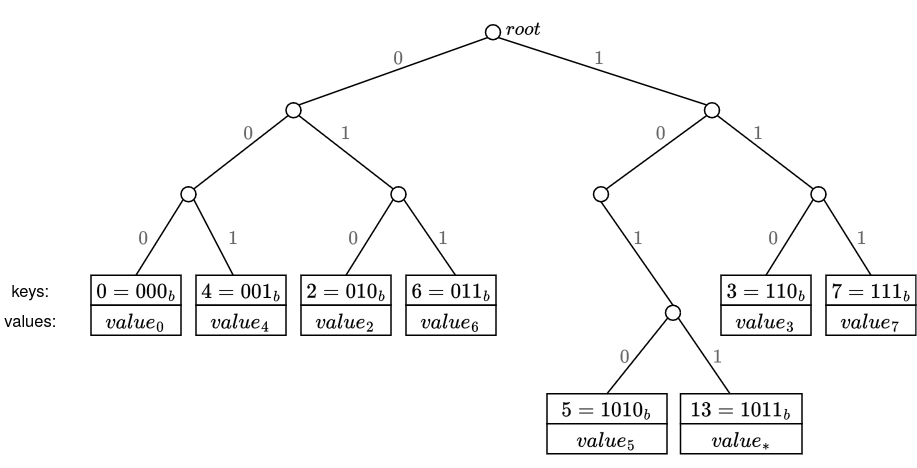
This is book/src/img/merkletree-example-1-b.png from 0xPARC/pod2-docs, a draw.io export, as it was before one commit. Source tidied: cells renumbered, new cells last; positions are measured from the earlier drawing's top-left corner, leaving out a move shared by most shapes.
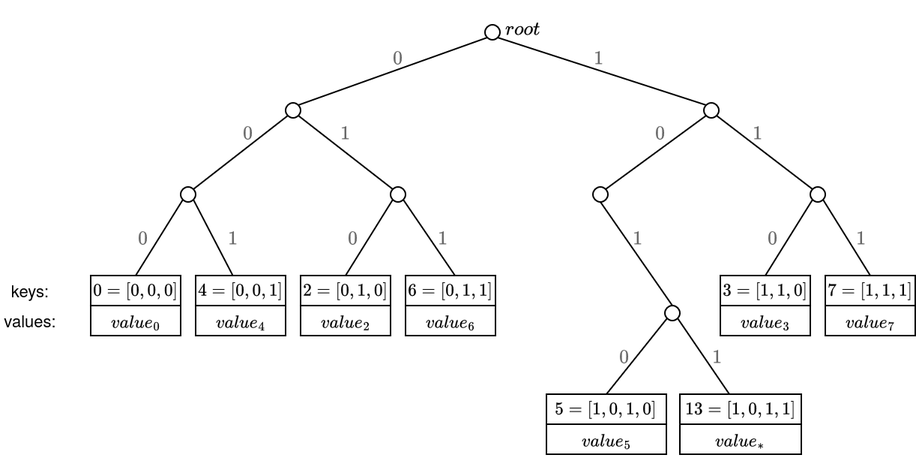
After the commit.

Commit message:
update merkletree diagrams with corrected LE

Change to the diagram source:
```diff
@@ -2,40 +2,40 @@
   <root>
     <mxCell id="0" />
     <mxCell id="1" parent="0" />
-    <mxCell id="2" value="$$0 = 000_b$$" style="rounded=0;whiteSpace=wrap;html=1;" parent="1" vertex="1">
+    <mxCell id="2" value="$$0 = [0, 0,0]$$" style="rounded=0;whiteSpace=wrap;html=1;fontSize=10;" parent="1" vertex="1">
       <mxGeometry x="60" y="174" width="60" height="20" as="geometry" />
     </mxCell>
-    <mxCell id="3" value="$$value_0$$" style="rounded=0;whiteSpace=wrap;html=1;" parent="1" vertex="1">
+    <mxCell id="3" value="$$value_0$$" style="rounded=0;whiteSpace=wrap;html=1;fontSize=10;" parent="1" vertex="1">
       <mxGeometry x="60" y="194" width="60" height="20" as="geometry" />
     </mxCell>
-    <mxCell id="4" value="$$4 = 001_b$$" style="rounded=0;whiteSpace=wrap;html=1;" parent="1" vertex="1">
+    <mxCell id="4" value="$$4 = [0,0,1]$$" style="rounded=0;whiteSpace=wrap;html=1;fontSize=10;" parent="1" vertex="1">
       <mxGeometry x="130" y="174" width="60" height="20" as="geometry" />
     </mxCell>
-    <mxCell id="5" value="$$value_4$$" style="rounded=0;whiteSpace=wrap;html=1;" parent="1" vertex="1">
+    <mxCell id="5" value="$$value_4$$" style="rounded=0;whiteSpace=wrap;html=1;fontSize=10;" parent="1" vertex="1">
       <mxGeometry x="130" y="194" width="60" height="20" as="geometry" />
     </mxCell>
-    <mxCell id="6" value="$$2 = 010_b$$" style="rounded=0;whiteSpace=wrap;html=1;" parent="1" vertex="1">
+    <mxCell id="6" value="$$2 = [0,1,0]$$" style="rounded=0;whiteSpace=wrap;html=1;fontSize=10;" parent="1" vertex="1">
       <mxGeometry x="200" y="174" width="60" height="20" as="geometry" />
     </mxCell>
-    <mxCell id="7" value="$$value_2$$" style="rounded=0;whiteSpace=wrap;html=1;" parent="1" vertex="1">
+    <mxCell id="7" value="$$value_2$$" style="rounded=0;whiteSpace=wrap;html=1;fontSize=10;" parent="1" vertex="1">
       <mxGeometry x="200" y="194" width="60" height="20" as="geometry" />
     </mxCell>
-    <mxCell id="8" value="$$6 = 011_b$$" style="rounded=0;whiteSpace=wrap;html=1;" parent="1" vertex="1">
+    <mxCell id="8" value="$$6 = [0,1,1]$$" style="rounded=0;whiteSpace=wrap;html=1;fontSize=10;" parent="1" vertex="1">
       <mxGeometry x="270" y="174" width="60" height="20" as="geometry" />
     </mxCell>
-    <mxCell id="9" value="$$value_6$$" style="rounded=0;whiteSpace=wrap;html=1;" parent="1" vertex="1">
+    <mxCell id="9" value="$$value_6$$" style="rounded=0;whiteSpace=wrap;html=1;fontSize=10;" parent="1" vertex="1">
       <mxGeometry x="270" y="194" width="60" height="20" as="geometry" />
     </mxCell>
-    <mxCell id="10" value="$$3 = 110_b$$" style="rounded=0;whiteSpace=wrap;html=1;" parent="1" vertex="1">
+    <mxCell id="10" value="$$3 = [1,1,0]$$" style="rounded=0;whiteSpace=wrap;html=1;fontSize=10;" parent="1" vertex="1">
       <mxGeometry x="480" y="174" width="60" height="20" as="geometry" />
     </mxCell>
-    <mxCell id="11" value="$$value_3$$" style="rounded=0;whiteSpace=wrap;html=1;" parent="1" vertex="1">
+    <mxCell id="11" value="$$value_3$$" style="rounded=0;whiteSpace=wrap;html=1;fontSize=10;" parent="1" vertex="1">
       <mxGeometry x="480" y="194" width="60" height="20" as="geometry" />
     </mxCell>
-    <mxCell id="12" value="$$7 = 111_b$$" style="rounded=0;whiteSpace=wrap;html=1;" parent="1" vertex="1">
+    <mxCell id="12" value="$$7 = [1,1,1]$$" style="rounded=0;whiteSpace=wrap;html=1;fontSize=10;" parent="1" vertex="1">
       <mxGeometry x="550" y="174" width="60" height="20" as="geometry" />
     </mxCell>
-    <mxCell id="13" value="$$value_7$$" style="rounded=0;whiteSpace=wrap;html=1;" parent="1" vertex="1">
+    <mxCell id="13" value="$$value_7$$" style="rounded=0;whiteSpace=wrap;html=1;fontSize=10;" parent="1" vertex="1">
       <mxGeometry x="550" y="194" width="60" height="20" as="geometry" />
     </mxCell>
     <mxCell id="14" style="rounded=0;jettySize=auto;html=1;exitX=0;exitY=1;exitDx=0;exitDy=0;entryX=0.5;entryY=0;entryDx=0;entryDy=0;endArrow=none;startFill=0;" parent="1" edge="1" source="17" target="2">
@@ -148,16 +148,16 @@
     <mxCell id="49" value="values:" style="text;html=1;align=center;verticalAlign=middle;whiteSpace=wrap;rounded=0;fontFamily=Helvetica;fontSize=11;fontColor=default;labelBackgroundColor=default;" parent="1" vertex="1">
       <mxGeometry y="194" width="40" height="20" as="geometry" />
     </mxCell>
-    <mxCell id="50" value="$$5= 1010_b$$" style="rounded=0;whiteSpace=wrap;html=1;" parent="1" vertex="1">
+    <mxCell id="50" value="$$5= [1,0,1,0]$$" style="rounded=0;whiteSpace=wrap;html=1;fontSize=10;" parent="1" vertex="1">
       <mxGeometry x="364" y="253" width="80" height="20" as="geometry" />
     </mxCell>
-    <mxCell id="51" value="$$value_5$$" style="rounded=0;whiteSpace=wrap;html=1;" parent="1" vertex="1">
+    <mxCell id="51" value="$$value_5$$" style="rounded=0;whiteSpace=wrap;html=1;fontSize=10;" parent="1" vertex="1">
       <mxGeometry x="364" y="273" width="80" height="20" as="geometry" />
     </mxCell>
-    <mxCell id="52" value="$$13 = 1011_b$$" style="rounded=0;whiteSpace=wrap;html=1;" parent="1" vertex="1">
+    <mxCell id="52" value="$$13 = [1,0,1,1]$$" style="rounded=0;whiteSpace=wrap;html=1;fontSize=10;" parent="1" vertex="1">
       <mxGeometry x="453" y="253" width="81" height="20" as="geometry" />
     </mxCell>
-    <mxCell id="53" value="$$value_*$$" style="rounded=0;whiteSpace=wrap;html=1;" parent="1" vertex="1">
+    <mxCell id="53" value="$$value_*$$" style="rounded=0;whiteSpace=wrap;html=1;fontSize=10;" parent="1" vertex="1">
       <mxGeometry x="453" y="273" width="81" height="20" as="geometry" />
     </mxCell>
     <mxCell id="54" style="rounded=0;jettySize=auto;html=1;exitX=0;exitY=1;exitDx=0;exitDy=0;entryX=0.5;entryY=0;entryDx=0;entryDy=0;endArrow=none;startFill=0;" parent="1" edge="1" source="56" target="50">
```
